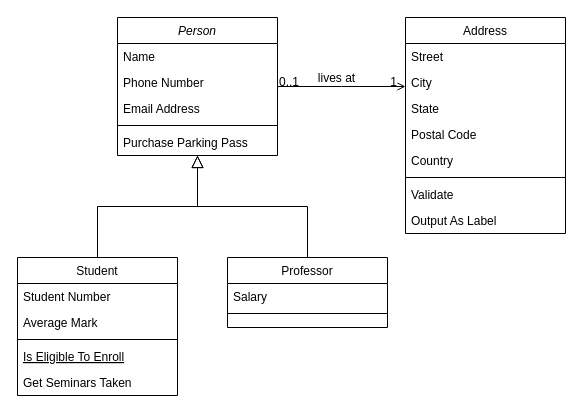
The draw.io diagram Diagrama sin título.drawio in vmarulan/Proyecto, before the edit. Source tidied: cells renumbered, new cells numbered last; positions are measured from the earlier drawing's top-left corner, leaving out a move shared by most shapes. Both pictures are drawn from the tidied source at 100%, with x=0, y=0 at pixel (17, 17).
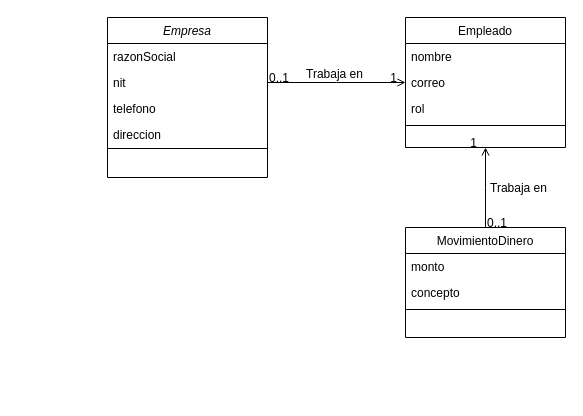
The same page after the edit.

Unchanged cells that the change refers to:
```xml
<mxCell id="28" style="endArrow=open;shadow=0;strokeWidth=1;rounded=0;endFill=1;edgeStyle=elbowEdgeStyle;elbow=vertical;" parent="1" edge="1" source="2" target="19">
  <mxGeometry x="0.5" y="41" relative="1" as="geometry">
    <mxPoint x="-40" y="32" as="offset" />
  </mxGeometry>
</mxCell>
```

Diff of the diagram source:
```diff
@@
-    <mxCell id="2" value="Person" style="swimlane;fontStyle=2;align=center;verticalAlign=top;horizontal=1;startSize=26;rounded=0;shadow=0;strokeWidth=1;" parent="1" vertex="1">
-      <mxGeometry x="100" width="160" height="138" as="geometry" />
+    <mxCell id="2" value="Empresa" style="swimlane;fontStyle=2;align=center;verticalAlign=top;horizontal=1;startSize=26;rounded=0;shadow=0;strokeWidth=1;" parent="1" vertex="1">
+      <mxGeometry x="90" width="160" height="160" as="geometry" />
     </mxCell>
-    <mxCell id="3" value="Name" style="text;align=left;verticalAlign=top;spacingLeft=4;spacingRight=4;overflow=hidden;" parent="2" vertex="1">
+    <mxCell id="3" value="razonSocial" style="text;align=left;verticalAlign=top;spacingLeft=4;spacingRight=4;overflow=hidden;" parent="2" vertex="1">
       <mxGeometry y="26" width="160" height="26" as="geometry" />
     </mxCell>
-    <mxCell id="4" value="Phone Number" style="text;align=left;verticalAlign=top;spacingLeft=4;spacingRight=4;overflow=hidden;rounded=0;shadow=0;html=0;" parent="2" vertex="1">
+    <mxCell id="4" value="nit" style="text;align=left;verticalAlign=top;spacingLeft=4;spacingRight=4;overflow=hidden;rounded=0;shadow=0;html=0;" parent="2" vertex="1">
       <mxGeometry y="52" width="160" height="26" as="geometry" />
     </mxCell>
-    <mxCell id="5" value="Email Address" style="text;align=left;verticalAlign=top;spacingLeft=4;spacingRight=4;overflow=hidden;rounded=0;shadow=0;html=0;" parent="2" vertex="1">
-      <mxGeometry y="78" width="160" height="26" as="geometry" />
-    </mxCell>
+    <mxCell id="7" value="telefono" style="text;align=left;verticalAlign=top;spacingLeft=4;spacingRight=4;overflow=hidden;" parent="2" vertex="1">
+      <mxGeometry y="78" width="160" height="26" as="geometry" />
+    </mxCell>
+    <mxCell id="32" value="direccion" style="text;align=left;verticalAlign=top;spacingLeft=4;spacingRight=4;overflow=hidden;" parent="2" vertex="1">
+      <mxGeometry y="104" width="160" height="26" as="geometry" />
+    </mxCell>
     <mxCell id="6" style="line;html=1;strokeWidth=1;align=left;verticalAlign=middle;spacingTop=-1;spacingLeft=3;spacingRight=3;labelPosition=right;" parent="2" vertex="1">
-      <mxGeometry y="104" width="160" height="8" as="geometry" />
+      <mxGeometry y="130" width="160" height="2" as="geometry" />
     </mxCell>
-    <mxCell id="7" value="Purchase Parking Pass" style="text;align=left;verticalAlign=top;spacingLeft=4;spacingRight=4;overflow=hidden;" parent="2" vertex="1">
-      <mxGeometry y="112" width="160" height="26" as="geometry" />
-    </mxCell>
-    <mxCell id="8" value="Student" style="swimlane;fontStyle=0;align=center;verticalAlign=top;horizontal=1;startSize=26;rounded=0;shadow=0;strokeWidth=1;" parent="1" vertex="1">
-      <mxGeometry y="240" width="160" height="138" as="geometry" />
-    </mxCell>
-    <mxCell id="9" value="Student Number" style="text;align=left;verticalAlign=top;spacingLeft=4;spacingRight=4;overflow=hidden;" parent="8" vertex="1">
-      <mxGeometry y="26" width="160" height="26" as="geometry" />
-    </mxCell>
-    <mxCell id="10" value="Average Mark" style="text;align=left;verticalAlign=top;spacingLeft=4;spacingRight=4;overflow=hidden;rounded=0;shadow=0;html=0;" parent="8" vertex="1">
-      <mxGeometry y="52" width="160" height="26" as="geometry" />
-    </mxCell>
-    <mxCell id="11" style="line;html=1;strokeWidth=1;align=left;verticalAlign=middle;spacingTop=-1;spacingLeft=3;spacingRight=3;labelPosition=right;" parent="8" vertex="1">
-      <mxGeometry y="78" width="160" height="8" as="geometry" />
-    </mxCell>
-    <mxCell id="12" value="Is Eligible To Enroll" style="text;align=left;verticalAlign=top;spacingLeft=4;spacingRight=4;overflow=hidden;fontStyle=4;" parent="8" vertex="1">
-      <mxGeometry y="86" width="160" height="26" as="geometry" />
-    </mxCell>
-    <mxCell id="13" value="Get Seminars Taken" style="text;align=left;verticalAlign=top;spacingLeft=4;spacingRight=4;overflow=hidden;" parent="8" vertex="1">
-      <mxGeometry y="112" width="160" height="26" as="geometry" />
-    </mxCell>
-    <mxCell id="14" style="endArrow=block;endSize=10;endFill=0;shadow=0;strokeWidth=1;rounded=0;edgeStyle=elbowEdgeStyle;elbow=vertical;" parent="1" edge="1" source="8" target="2">
-      <mxGeometry relative="1" as="geometry" />
-    </mxCell>
-    <mxCell id="15" value="Professor" style="swimlane;fontStyle=0;align=center;verticalAlign=top;horizontal=1;startSize=26;rounded=0;shadow=0;strokeWidth=1;" parent="1" vertex="1">
-      <mxGeometry x="210" y="240" width="160" height="70" as="geometry" />
-    </mxCell>
-    <mxCell id="16" value="Salary" style="text;align=left;verticalAlign=top;spacingLeft=4;spacingRight=4;overflow=hidden;" parent="15" vertex="1">
-      <mxGeometry y="26" width="160" height="26" as="geometry" />
-    </mxCell>
-    <mxCell id="17" style="line;html=1;strokeWidth=1;align=left;verticalAlign=middle;spacingTop=-1;spacingLeft=3;spacingRight=3;labelPosition=right;" parent="15" vertex="1">
-      <mxGeometry y="52" width="160" height="8" as="geometry" />
-    </mxCell>
-    <mxCell id="18" style="endArrow=block;endSize=10;endFill=0;shadow=0;strokeWidth=1;rounded=0;edgeStyle=elbowEdgeStyle;elbow=vertical;" parent="1" edge="1" source="15" target="2">
-      <mxGeometry relative="1" as="geometry" />
-    </mxCell>
-    <mxCell id="19" value="Address" style="swimlane;fontStyle=0;align=center;verticalAlign=top;horizontal=1;startSize=26;rounded=0;shadow=0;strokeWidth=1;" parent="1" vertex="1">
-      <mxGeometry x="388" width="160" height="216" as="geometry" />
+    <mxCell id="19" value="Empleado" style="swimlane;fontStyle=0;align=center;verticalAlign=top;horizontal=1;startSize=26;rounded=0;shadow=0;strokeWidth=1;" parent="1" vertex="1">
+      <mxGeometry x="388" width="160" height="130" as="geometry" />
     </mxCell>
-    <mxCell id="20" value="Street" style="text;align=left;verticalAlign=top;spacingLeft=4;spacingRight=4;overflow=hidden;" parent="19" vertex="1">
+    <mxCell id="20" value="nombre" style="text;align=left;verticalAlign=top;spacingLeft=4;spacingRight=4;overflow=hidden;" parent="19" vertex="1">
       <mxGeometry y="26" width="160" height="26" as="geometry" />
     </mxCell>
-    <mxCell id="21" value="City" style="text;align=left;verticalAlign=top;spacingLeft=4;spacingRight=4;overflow=hidden;rounded=0;shadow=0;html=0;" parent="19" vertex="1">
+    <mxCell id="21" value="correo" style="text;align=left;verticalAlign=top;spacingLeft=4;spacingRight=4;overflow=hidden;rounded=0;shadow=0;html=0;" parent="19" vertex="1">
       <mxGeometry y="52" width="160" height="26" as="geometry" />
     </mxCell>
-    <mxCell id="22" value="State" style="text;align=left;verticalAlign=top;spacingLeft=4;spacingRight=4;overflow=hidden;rounded=0;shadow=0;html=0;" parent="19" vertex="1">
+    <mxCell id="22" value="rol" style="text;align=left;verticalAlign=top;spacingLeft=4;spacingRight=4;overflow=hidden;rounded=0;shadow=0;html=0;" parent="19" vertex="1">
       <mxGeometry y="78" width="160" height="26" as="geometry" />
     </mxCell>
-    <mxCell id="23" value="Postal Code" style="text;align=left;verticalAlign=top;spacingLeft=4;spacingRight=4;overflow=hidden;rounded=0;shadow=0;html=0;" parent="19" vertex="1">
-      <mxGeometry y="104" width="160" height="26" as="geometry" />
-    </mxCell>
-    <mxCell id="24" value="Country" style="text;align=left;verticalAlign=top;spacingLeft=4;spacingRight=4;overflow=hidden;rounded=0;shadow=0;html=0;" parent="19" vertex="1">
-      <mxGeometry y="130" width="160" height="26" as="geometry" />
-    </mxCell>
     <mxCell id="25" style="line;html=1;strokeWidth=1;align=left;verticalAlign=middle;spacingTop=-1;spacingLeft=3;spacingRight=3;labelPosition=right;" parent="19" vertex="1">
-      <mxGeometry y="156" width="160" height="8" as="geometry" />
+      <mxGeometry y="104" width="160" height="8" as="geometry" />
     </mxCell>
-    <mxCell id="26" value="Validate" style="text;align=left;verticalAlign=top;spacingLeft=4;spacingRight=4;overflow=hidden;" parent="19" vertex="1">
-      <mxGeometry y="164" width="160" height="26" as="geometry" />
-    </mxCell>
-    <mxCell id="27" value="Output As Label" style="text;align=left;verticalAlign=top;spacingLeft=4;spacingRight=4;overflow=hidden;" parent="19" vertex="1">
-      <mxGeometry y="190" width="160" height="26" as="geometry" />
-    </mxCell>
@@
-    <mxCell id="31" value="lives at" style="text;html=1;align=center;verticalAlign=middle;labelBackgroundColor=none;rounded=0;shadow=0;strokeWidth=1;fontSize=12;" parent="28" vertex="1">
+    <mxCell id="31" value="Trabaja en" style="text;html=1;align=center;verticalAlign=middle;labelBackgroundColor=none;rounded=0;shadow=0;strokeWidth=1;fontSize=12;" parent="28" vertex="1">
       <mxGeometry x="0.5" y="49" relative="1" as="geometry">
         <mxPoint x="-38" y="40" as="offset" />
       </mxGeometry>
     </mxCell>
+    <mxCell id="33" value="MovimientoDinero" style="swimlane;fontStyle=0;align=center;verticalAlign=top;horizontal=1;startSize=26;rounded=0;shadow=0;strokeWidth=1;" parent="1" vertex="1">
+      <mxGeometry x="388" y="210" width="160" height="110" as="geometry" />
+    </mxCell>
+    <mxCell id="34" value="monto" style="text;align=left;verticalAlign=top;spacingLeft=4;spacingRight=4;overflow=hidden;" parent="33" vertex="1">
+      <mxGeometry y="26" width="160" height="26" as="geometry" />
+    </mxCell>
+    <mxCell id="35" value="concepto" style="text;align=left;verticalAlign=top;spacingLeft=4;spacingRight=4;overflow=hidden;rounded=0;shadow=0;html=0;" parent="33" vertex="1">
+      <mxGeometry y="52" width="160" height="26" as="geometry" />
+    </mxCell>
+    <mxCell id="11" style="line;html=1;strokeWidth=1;align=left;verticalAlign=middle;spacingTop=-1;spacingLeft=3;spacingRight=3;labelPosition=right;" parent="33" vertex="1">
+      <mxGeometry y="78" width="160" height="8" as="geometry" />
+    </mxCell>
+    <mxCell id="36" style="endArrow=open;shadow=0;strokeWidth=1;rounded=0;endFill=1;edgeStyle=elbowEdgeStyle;elbow=vertical;exitX=0.5;exitY=0;exitDx=0;exitDy=0;entryX=0.5;entryY=1;entryDx=0;entryDy=0;" parent="1" edge="1" source="33" target="19">
+      <mxGeometry x="0.5" y="41" relative="1" as="geometry">
+        <mxPoint x="-40" y="32" as="offset" />
+      </mxGeometry>
+    </mxCell>
+    <mxCell id="37" value="0..1" style="align=left;verticalAlign=bottom;labelBackgroundColor=none;fontSize=12;" parent="36" vertex="1">
+      <mxGeometry x="-1" relative="1" as="geometry">
+        <mxPoint y="4" as="offset" />
+      </mxGeometry>
+    </mxCell>
+    <mxCell id="38" value="1" style="align=right;verticalAlign=bottom;labelBackgroundColor=none;fontSize=12;" parent="36" vertex="1">
+      <mxGeometry x="1" relative="1" as="geometry">
+        <mxPoint x="-7" y="4" as="offset" />
+      </mxGeometry>
+    </mxCell>
+    <mxCell id="39" value="Trabaja en" style="text;html=1;align=center;verticalAlign=middle;labelBackgroundColor=none;rounded=0;shadow=0;strokeWidth=1;fontSize=12;" parent="36" vertex="1">
+      <mxGeometry x="0.5" y="49" relative="1" as="geometry">
+        <mxPoint x="81" y="20" as="offset" />
+      </mxGeometry>
+    </mxCell>
```
